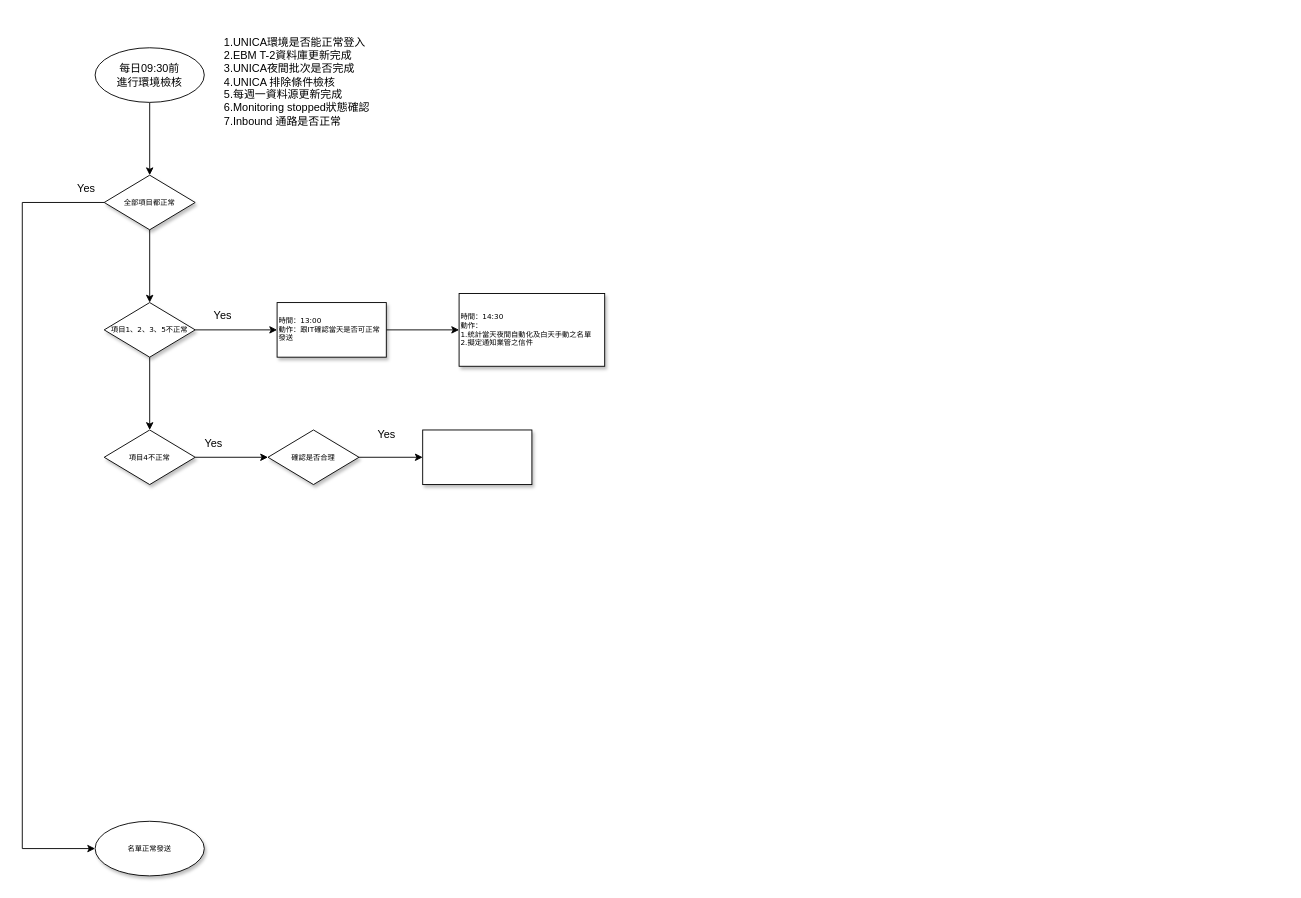
This is 未命名圖表.drawio from colin03564/drawio, a draw.io file, before an edit. Source tidied: cells renumbered, new cells numbered last; positions are measured from the earlier drawing's top-left corner, leaving out a move shared by most shapes. Both pictures are drawn from the tidied source at 91%, with x=0, y=0 at pixel (22, 15).
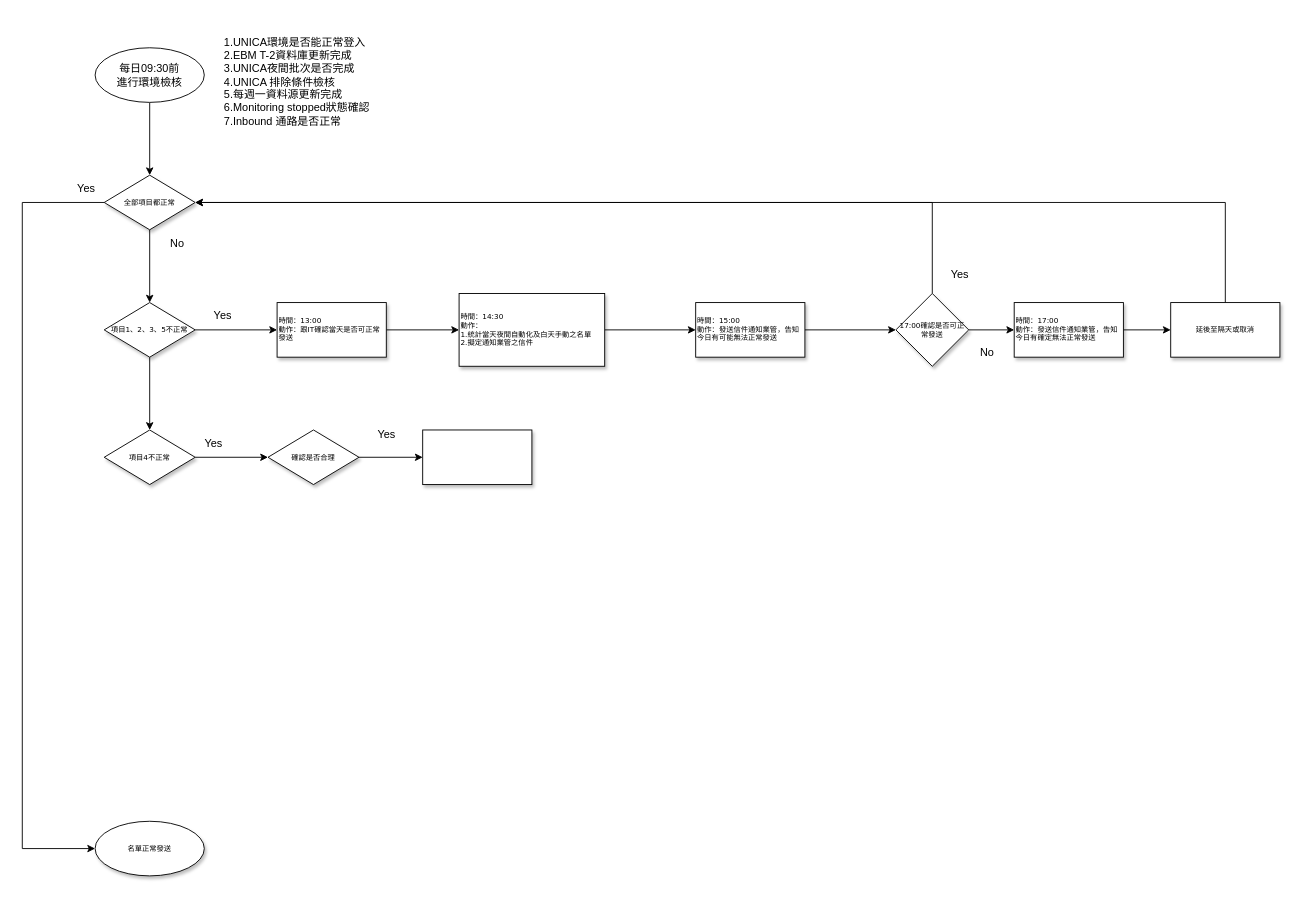
The same page after the edit.

Commit message:
更新未命名圖表.drawio

Unchanged cells that the change refers to:
```xml
<mxCell id="4" value="全部項目都正常" style="rhombus;whiteSpace=wrap;html=1;rounded=0;shadow=1;labelBackgroundColor=none;strokeWidth=1;fontFamily=Verdana;fontSize=8;align=center;" parent="1" vertex="1">
  <mxGeometry x="90" y="175" width="100" height="60" as="geometry" />
</mxCell>
<mxCell id="23" value="&lt;div&gt;&lt;span style=&quot;font-size: 8px;&quot;&gt;時間：14:30&lt;/span&gt;&lt;/div&gt;&lt;div&gt;&lt;span style=&quot;font-size: 8px;&quot;&gt;動作：&lt;/span&gt;&lt;/div&gt;&lt;div&gt;&lt;span style=&quot;font-size: 8px;&quot;&gt;1.統計當天夜間自動化及白天手動之名單&lt;/span&gt;&lt;/div&gt;&lt;div&gt;&lt;span style=&quot;font-size: 8px;&quot;&gt;2.擬定通知業管之信件&lt;/span&gt;&lt;/div&gt;" style="whiteSpace=wrap;html=1;fontSize=8;fontFamily=Verdana;rounded=0;shadow=1;labelBackgroundColor=none;strokeWidth=1;align=left;" parent="1" vertex="1">
  <mxGeometry x="480" y="305" width="160" height="80" as="geometry" />
</mxCell>
```

What changed in the source:
```diff
@@
+    <mxCell id="24" style="edgeStyle=orthogonalEdgeStyle;rounded=0;jettySize=auto;html=1;fontSize=12;" parent="1" edge="1" source="23" target="26">
+      <mxGeometry relative="1" as="geometry" />
+    </mxCell>
@@
+    <mxCell id="25" style="edgeStyle=orthogonalEdgeStyle;rounded=0;jettySize=auto;html=1;fontSize=12;" parent="1" edge="1" source="26" target="31">
+      <mxGeometry relative="1" as="geometry" />
+    </mxCell>
+    <mxCell id="26" value="&lt;div&gt;&lt;span style=&quot;font-size: 8px;&quot;&gt;時間：15:00&lt;/span&gt;&lt;/div&gt;&lt;div&gt;&lt;span style=&quot;font-size: 8px;&quot;&gt;動作：發送信件通知業管，告知今日有可能無法正常發送&lt;/span&gt;&lt;/div&gt;" style="whiteSpace=wrap;html=1;fontSize=8;fontFamily=Verdana;align=left;rounded=0;shadow=1;labelBackgroundColor=none;strokeWidth=1;" parent="1" vertex="1">
+      <mxGeometry x="740" y="315" width="120" height="60" as="geometry" />
+    </mxCell>
+    <mxCell id="27" style="edgeStyle=orthogonalEdgeStyle;rounded=0;jettySize=auto;html=1;fontSize=12;" parent="1" edge="1" source="28" target="34">
+      <mxGeometry relative="1" as="geometry" />
+    </mxCell>
+    <mxCell id="28" value="&lt;div&gt;&lt;span style=&quot;font-size: 8px;&quot;&gt;時間：17:00&lt;/span&gt;&lt;/div&gt;&lt;div&gt;&lt;span style=&quot;font-size: 8px;&quot;&gt;動作：發送信件通知業管，告知今日有確定無法正常發送&lt;/span&gt;&lt;/div&gt;" style="whiteSpace=wrap;html=1;fontSize=8;fontFamily=Verdana;align=left;rounded=0;shadow=1;labelBackgroundColor=none;strokeWidth=1;" parent="1" vertex="1">
+      <mxGeometry x="1090" y="315" width="120" height="60" as="geometry" />
+    </mxCell>
+    <mxCell id="29" style="edgeStyle=orthogonalEdgeStyle;rounded=0;jettySize=auto;html=1;exitX=0.5;exitY=0;exitDx=0;exitDy=0;entryX=1;entryY=0.5;entryDx=0;entryDy=0;fontSize=12;" parent="1" edge="1" source="31" target="4">
+      <mxGeometry relative="1" as="geometry" />
+    </mxCell>
+    <mxCell id="30" style="edgeStyle=orthogonalEdgeStyle;rounded=0;jettySize=auto;html=1;exitX=1;exitY=0.5;exitDx=0;exitDy=0;fontSize=12;" parent="1" edge="1" source="31" target="28">
+      <mxGeometry relative="1" as="geometry" />
+    </mxCell>
+    <mxCell id="31" value="17:00確認是否可正常發送" style="rhombus;whiteSpace=wrap;html=1;fontSize=8;fontFamily=Verdana;align=center;rounded=0;shadow=1;labelBackgroundColor=none;strokeWidth=1;" parent="1" vertex="1">
+      <mxGeometry x="960" y="305" width="80" height="80" as="geometry" />
+    </mxCell>
+    <mxCell id="32" value="Yes" style="text;html=1;align=center;verticalAlign=middle;fillColor=none;strokeColor=none;rounded=0;fontSize=12;" parent="1" vertex="1">
+      <mxGeometry x="1010" y="270" width="40" height="30" as="geometry" />
+    </mxCell>
+    <mxCell id="33" style="edgeStyle=orthogonalEdgeStyle;rounded=0;jettySize=auto;html=1;entryX=1;entryY=0.5;entryDx=0;entryDy=0;fontSize=12;" parent="1" edge="1" source="34" target="4">
+      <mxGeometry relative="1" as="geometry">
+        <Array as="points">
+          <mxPoint x="1322" y="205" />
+        </Array>
+      </mxGeometry>
+    </mxCell>
+    <mxCell id="34" value="延後至隔天或取消" style="whiteSpace=wrap;html=1;fontSize=8;fontFamily=Verdana;align=center;rounded=0;shadow=1;labelBackgroundColor=none;strokeWidth=1;" parent="1" vertex="1">
+      <mxGeometry x="1262" y="315" width="120" height="60" as="geometry" />
+    </mxCell>
+    <mxCell id="35" value="No" style="text;html=1;align=center;verticalAlign=middle;fillColor=none;strokeColor=none;rounded=0;fontSize=12;" parent="1" vertex="1">
+      <mxGeometry x="150" y="235" width="40" height="30" as="geometry" />
+    </mxCell>
+    <mxCell id="36" value="No" style="text;html=1;align=center;verticalAlign=middle;fillColor=none;strokeColor=none;rounded=0;fontSize=12;" parent="1" vertex="1">
+      <mxGeometry x="1040" y="355" width="40" height="30" as="geometry" />
+    </mxCell>
```
